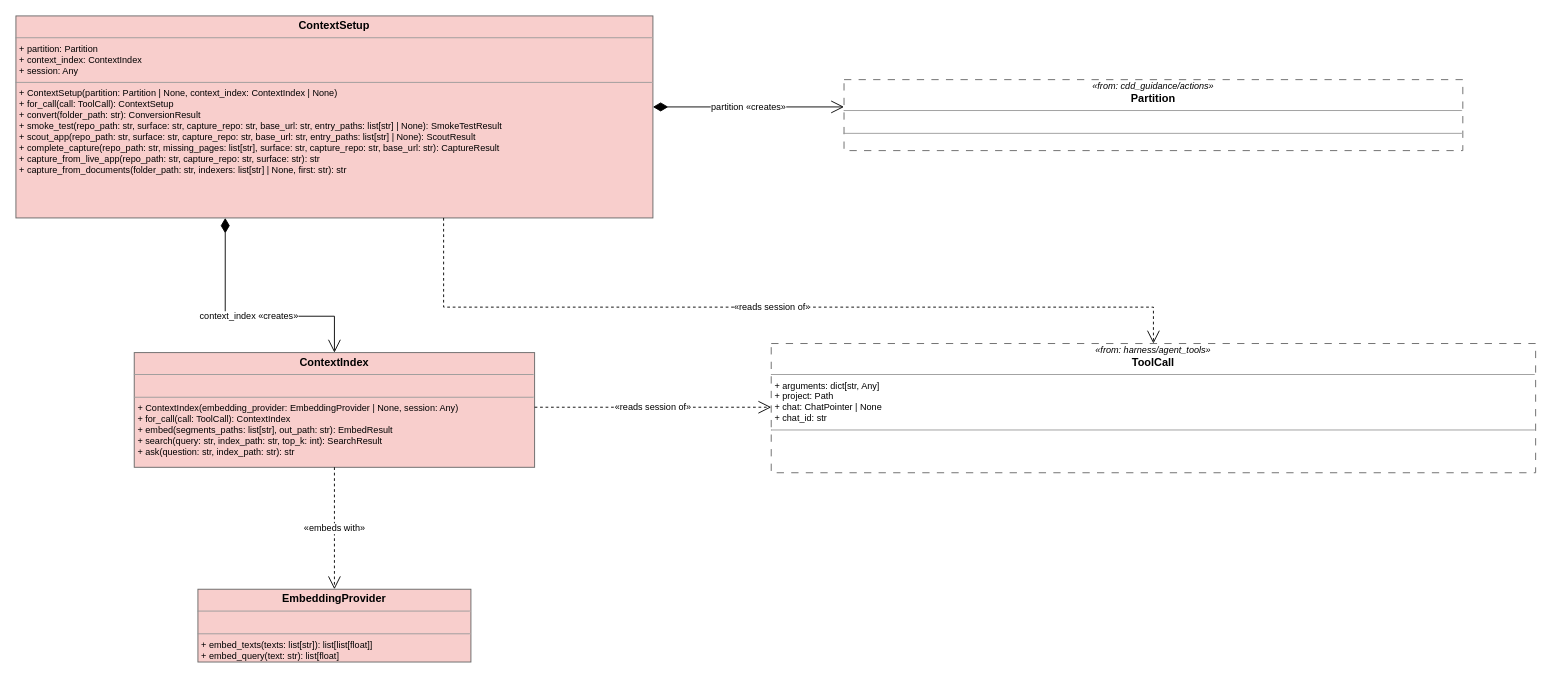
The draw.io diagram page "cdd_guidance/context_setup" (30 of 30) of .context/model/repo-model2.drawio in abd-works/abd-context-driven-delivery, before the edit. Source tidied: cells renumbered, new cells numbered last; positions are measured from the earlier drawing's top-left corner, leaving out a move shared by most shapes. Both pictures are drawn from the tidied source at 91%, with x=0, y=0 at pixel (15, 15).
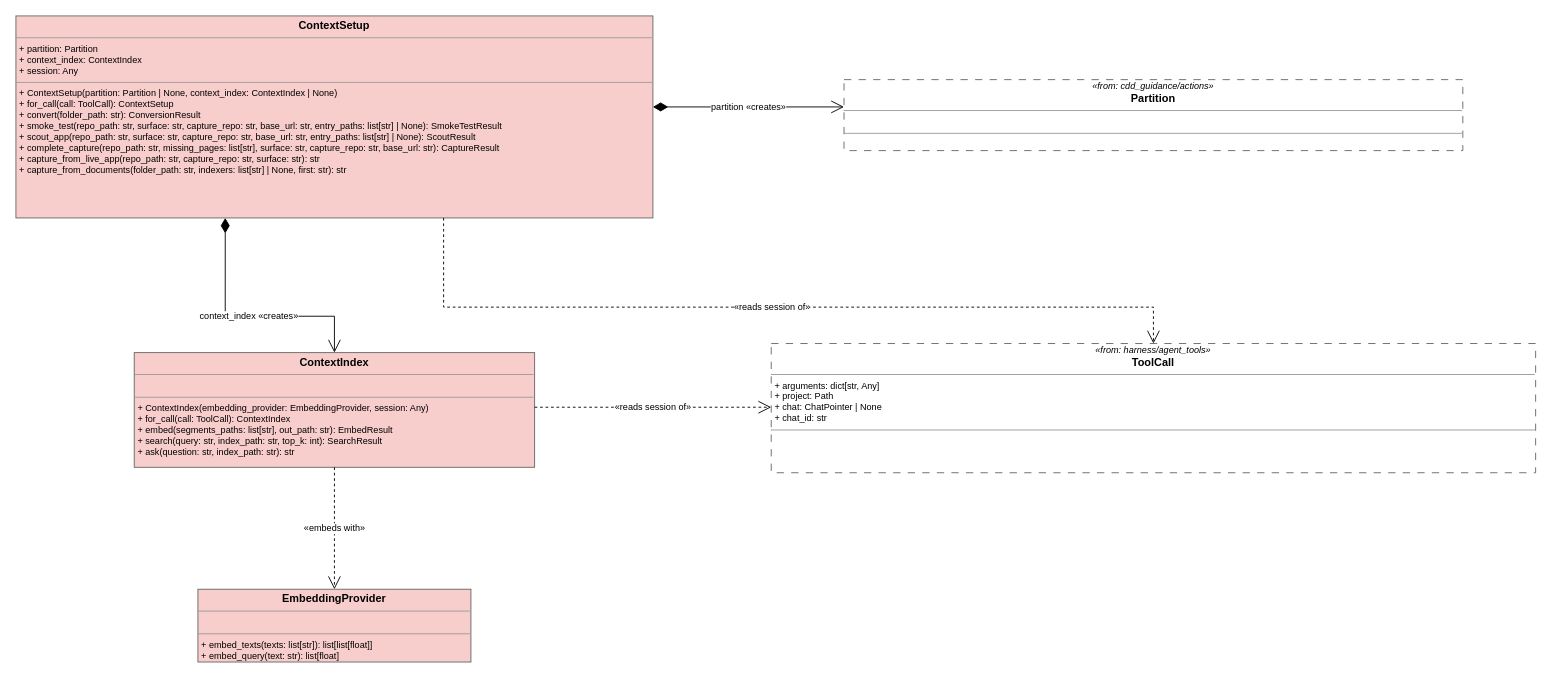
The same page after the edit.

Change to the diagram source:
```diff
@@
 <mxGraphModel>
   <root>
     <mxCell id="0" />
     <mxCell id="1" parent="0" />
     <mxCell id="2" value="&lt;p style=&quot;margin:0px;margin-top:2px;text-align:center;font-size:10px;&quot;&gt;&lt;i&gt;«from: harness/agent_tools»&lt;/i&gt;&lt;/p&gt;&lt;p style=&quot;margin:0px;text-align:center;&quot;&gt;&lt;b&gt;ToolCall&lt;/b&gt;&lt;/p&gt;&lt;hr size=&quot;1&quot;/&gt;&lt;p style=&quot;margin:0px;margin-left:4px;font-size:10px;&quot;&gt;+ arguments: dict[str, Any]&lt;br/&gt;+ project: Path&lt;br/&gt;+ chat: ChatPointer | None&lt;br/&gt;+ chat_id: str&lt;br/&gt;&lt;/p&gt;&lt;hr size=&quot;1&quot;/&gt;&lt;p style=&quot;margin:0px;margin-left:4px;font-size:10px;&quot;&gt;&lt;br/&gt;&lt;/p&gt;" style="verticalAlign=top;align=left;overflow=fill;fontSize=12;fontFamily=Helvetica;html=1;whiteSpace=wrap;dashed=1;dashPattern=8 8;strokeColor=#666666;" parent="1" vertex="1">
       <mxGeometry x="830" y="360" width="840" height="142" as="geometry" />
     </mxCell>
     <mxCell id="3" value="&lt;p style=&quot;margin:0px;margin-top:2px;text-align:center;font-size:10px;&quot;&gt;&lt;i&gt;«from: cdd_guidance/actions»&lt;/i&gt;&lt;/p&gt;&lt;p style=&quot;margin:0px;text-align:center;&quot;&gt;&lt;b&gt;Partition&lt;/b&gt;&lt;/p&gt;&lt;hr size=&quot;1&quot;/&gt;&lt;p style=&quot;margin:0px;margin-left:4px;font-size:10px;&quot;&gt;&lt;br/&gt;&lt;/p&gt;&lt;hr size=&quot;1&quot;/&gt;&lt;p style=&quot;margin:0px;margin-left:4px;font-size:10px;&quot;&gt;&lt;br/&gt;&lt;/p&gt;" style="verticalAlign=top;align=left;overflow=fill;fontSize=12;fontFamily=Helvetica;html=1;whiteSpace=wrap;dashed=1;dashPattern=8 8;strokeColor=#666666;" parent="1" vertex="1">
       <mxGeometry x="910" y="70" width="680" height="78" as="geometry" />
     </mxCell>
     <mxCell id="4" value="&lt;p style=&quot;margin:0px;margin-top:4px;text-align:center;&quot;&gt;&lt;b&gt;ContextSetup&lt;/b&gt;&lt;/p&gt;&lt;hr size=&quot;1&quot;/&gt;&lt;p style=&quot;margin:0px;margin-left:4px;font-size:10px;&quot;&gt;+ partition: Partition&lt;br/&gt;+ context_index: ContextIndex&lt;br/&gt;+ session: Any&lt;br/&gt;&lt;/p&gt;&lt;hr size=&quot;1&quot;/&gt;&lt;p style=&quot;margin:0px;margin-left:4px;font-size:10px;&quot;&gt;+ ContextSetup(partition: Partition | None, context_index: ContextIndex | None)&lt;br/&gt;+ for_call(call: ToolCall): ContextSetup&lt;br/&gt;+ convert(folder_path: str): ConversionResult&lt;br/&gt;+ smoke_test(repo_path: str, surface: str, capture_repo: str, base_url: str, entry_paths: list[str] | None): SmokeTestResult&lt;br/&gt;+ scout_app(repo_path: str, surface: str, capture_repo: str, base_url: str, entry_paths: list[str] | None): ScoutResult&lt;br/&gt;+ complete_capture(repo_path: str, missing_pages: list[str], surface: str, capture_repo: str, base_url: str): CaptureResult&lt;br/&gt;+ capture_from_live_app(repo_path: str, capture_repo: str, surface: str): str&lt;br/&gt;+ capture_from_documents(folder_path: str, indexers: list[str] | None, first: str): str&lt;br/&gt;&lt;/p&gt;" style="verticalAlign=top;align=left;overflow=fill;fontSize=12;fontFamily=Helvetica;html=1;whiteSpace=wrap;fillColor=#f8cecc;strokeColor=#666666;module=cdd_guidance/context_setup;" parent="1" vertex="1">
       <mxGeometry width="700" height="222" as="geometry" />
     </mxCell>
-    <mxCell id="5" value="&lt;p style=&quot;margin:0px;margin-top:4px;text-align:center;&quot;&gt;&lt;b&gt;ContextIndex&lt;/b&gt;&lt;/p&gt;&lt;hr size=&quot;1&quot;/&gt;&lt;p style=&quot;margin:0px;margin-left:4px;font-size:10px;&quot;&gt;&lt;br/&gt;&lt;/p&gt;&lt;hr size=&quot;1&quot;/&gt;&lt;p style=&quot;margin:0px;margin-left:4px;font-size:10px;&quot;&gt;+ ContextIndex(embedding_provider: EmbeddingProvider | None, session: Any)&lt;br/&gt;+ for_call(call: ToolCall): ContextIndex&lt;br/&gt;+ embed(segments_paths: list[str], out_path: str): EmbedResult&lt;br/&gt;+ search(query: str, index_path: str, top_k: int): SearchResult&lt;br/&gt;+ ask(question: str, index_path: str): str&lt;br/&gt;&lt;/p&gt;" style="verticalAlign=top;align=left;overflow=fill;fontSize=12;fontFamily=Helvetica;html=1;whiteSpace=wrap;fillColor=#f8cecc;strokeColor=#666666;module=cdd_guidance/context_setup;" parent="1" vertex="1">
+    <mxCell id="5" value="&lt;p style=&quot;margin:0px;margin-top:4px;text-align:center;&quot;&gt;&lt;b&gt;ContextIndex&lt;/b&gt;&lt;/p&gt;&lt;hr size=&quot;1&quot;/&gt;&lt;p style=&quot;margin:0px;margin-left:4px;font-size:10px;&quot;&gt;&lt;br/&gt;&lt;/p&gt;&lt;hr size=&quot;1&quot;/&gt;&lt;p style=&quot;margin:0px;margin-left:4px;font-size:10px;&quot;&gt;+ ContextIndex(embedding_provider: EmbeddingProvider, session: Any)&lt;br/&gt;+ for_call(call: ToolCall): ContextIndex&lt;br/&gt;+ embed(segments_paths: list[str], out_path: str): EmbedResult&lt;br/&gt;+ search(query: str, index_path: str, top_k: int): SearchResult&lt;br/&gt;+ ask(question: str, index_path: str): str&lt;br/&gt;&lt;/p&gt;" style="verticalAlign=top;align=left;overflow=fill;fontSize=12;fontFamily=Helvetica;html=1;whiteSpace=wrap;fillColor=#f8cecc;strokeColor=#666666;module=cdd_guidance/context_setup;" parent="1" vertex="1">
       <mxGeometry x="130" y="370" width="440" height="126" as="geometry" />
     </mxCell>
     <mxCell id="6" value="&lt;p style=&quot;margin:0px;margin-top:4px;text-align:center;&quot;&gt;&lt;b&gt;EmbeddingProvider&lt;/b&gt;&lt;/p&gt;&lt;hr size=&quot;1&quot;/&gt;&lt;p style=&quot;margin:0px;margin-left:4px;font-size:10px;&quot;&gt;&lt;br/&gt;&lt;/p&gt;&lt;hr size=&quot;1&quot;/&gt;&lt;p style=&quot;margin:0px;margin-left:4px;font-size:10px;&quot;&gt;+ embed_texts(texts: list[str]): list[list[float]]&lt;br/&gt;+ embed_query(text: str): list[float]&lt;br/&gt;&lt;/p&gt;" style="verticalAlign=top;align=left;overflow=fill;fontSize=12;fontFamily=Helvetica;html=1;whiteSpace=wrap;fillColor=#f8cecc;strokeColor=#666666;module=cdd_guidance/context_setup;" parent="1" vertex="1">
       <mxGeometry x="200" y="630" width="300" height="80" as="geometry" />
     </mxCell>
     <mxCell id="7" value="partition «creates»" style="edgeStyle=orthogonalEdgeStyle;rounded=0;html=1;fontSize=10;labelBackgroundColor=#ffffff;startArrow=diamondThin;startFill=1;startSize=14;endArrow=open;endSize=12;exitX=1.0;exitY=0.4505;exitDx=0;exitDy=0;exitPerimeter=0;entryX=0.0;entryY=0.3846;entryDx=0;entryDy=0;entryPerimeter=0;" parent="1" edge="1" source="4" target="3">
       <mxGeometry relative="1" as="geometry" />
     </mxCell>
     <mxCell id="8" value="context_index «creates»" style="edgeStyle=orthogonalEdgeStyle;rounded=0;html=1;fontSize=10;labelBackgroundColor=#ffffff;startArrow=diamondThin;startFill=1;startSize=14;endArrow=open;endSize=12;exitX=0.3286;exitY=1.0;exitDx=0;exitDy=0;exitPerimeter=0;entryX=0.5;entryY=0.0;entryDx=0;entryDy=0;entryPerimeter=0;" parent="1" edge="1" source="4" target="5">
       <mxGeometry relative="1" as="geometry">
         <Array as="points">
           <mxPoint x="230" y="330" />
           <mxPoint x="350" y="330" />
         </Array>
       </mxGeometry>
     </mxCell>
     <mxCell id="9" value="«reads session of»" style="edgeStyle=orthogonalEdgeStyle;rounded=0;html=1;fontSize=10;labelBackgroundColor=#ffffff;dashed=1;endArrow=open;endSize=12;exitX=0.6714;exitY=1.0;exitDx=0;exitDy=0;exitPerimeter=0;entryX=0.5;entryY=0.0;entryDx=0;entryDy=0;entryPerimeter=0;" parent="1" edge="1" source="4" target="2">
       <mxGeometry relative="1" as="geometry">
         <Array as="points">
           <mxPoint x="470" y="320" />
           <mxPoint x="1250" y="320" />
         </Array>
       </mxGeometry>
     </mxCell>
     <mxCell id="10" value="«embeds with»" style="edgeStyle=orthogonalEdgeStyle;rounded=0;html=1;fontSize=10;labelBackgroundColor=#ffffff;dashed=1;endArrow=open;endSize=12;exitX=0.5;exitY=1.0;exitDx=0;exitDy=0;exitPerimeter=0;entryX=0.5;entryY=0.0;entryDx=0;entryDy=0;entryPerimeter=0;" parent="1" edge="1" source="5" target="6">
       <mxGeometry relative="1" as="geometry" />
     </mxCell>
     <mxCell id="11" value="«reads session of»" style="edgeStyle=orthogonalEdgeStyle;rounded=0;html=1;fontSize=10;labelBackgroundColor=#ffffff;dashed=1;endArrow=open;endSize=12;exitX=1.0;exitY=0.4762;exitDx=0;exitDy=0;exitPerimeter=0;entryX=0.0;entryY=0.493;entryDx=0;entryDy=0;entryPerimeter=0;" parent="1" edge="1" source="5" target="2">
       <mxGeometry relative="1" as="geometry" />
     </mxCell>
   </root>
 </mxGraphModel>
```
